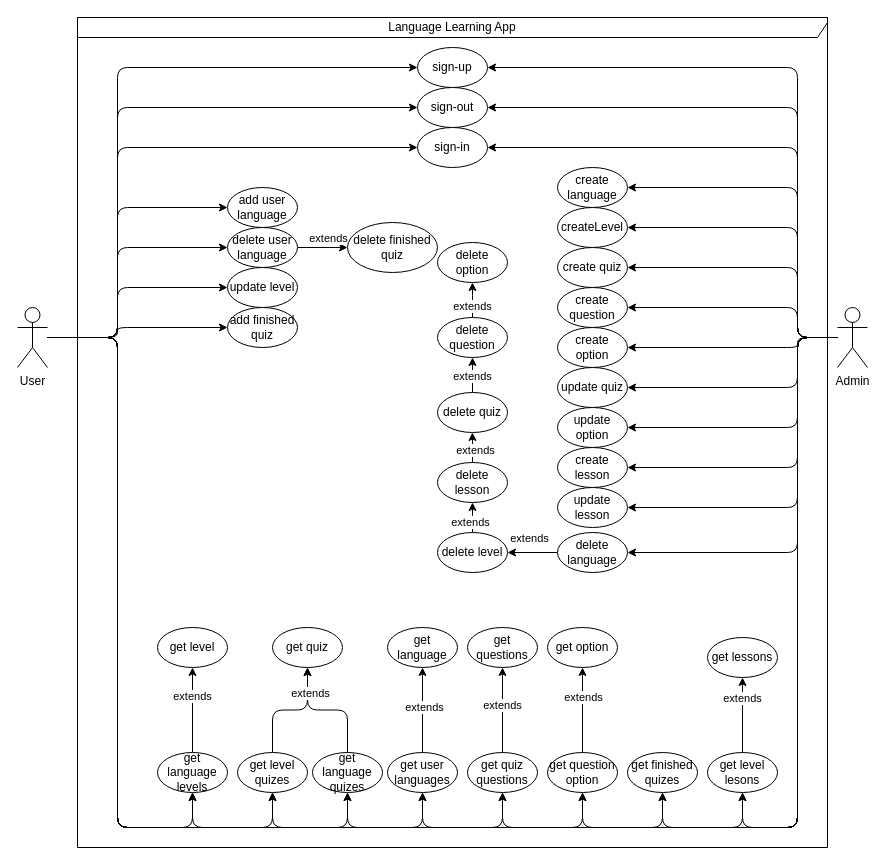
Before: page "Use case diagram" (2 of 3) of Docs/Linger.drawio in ThommysArt/Linger---ExpressJS-NextJS, a draw.io diagram. Source tidied: cells renumbered, new cells numbered last; positions are measured from the earlier drawing's top-left corner, leaving out a move shared by most shapes. Both pictures are drawn from the tidied source at 100%, with x=0, y=0 at pixel (17, 17).
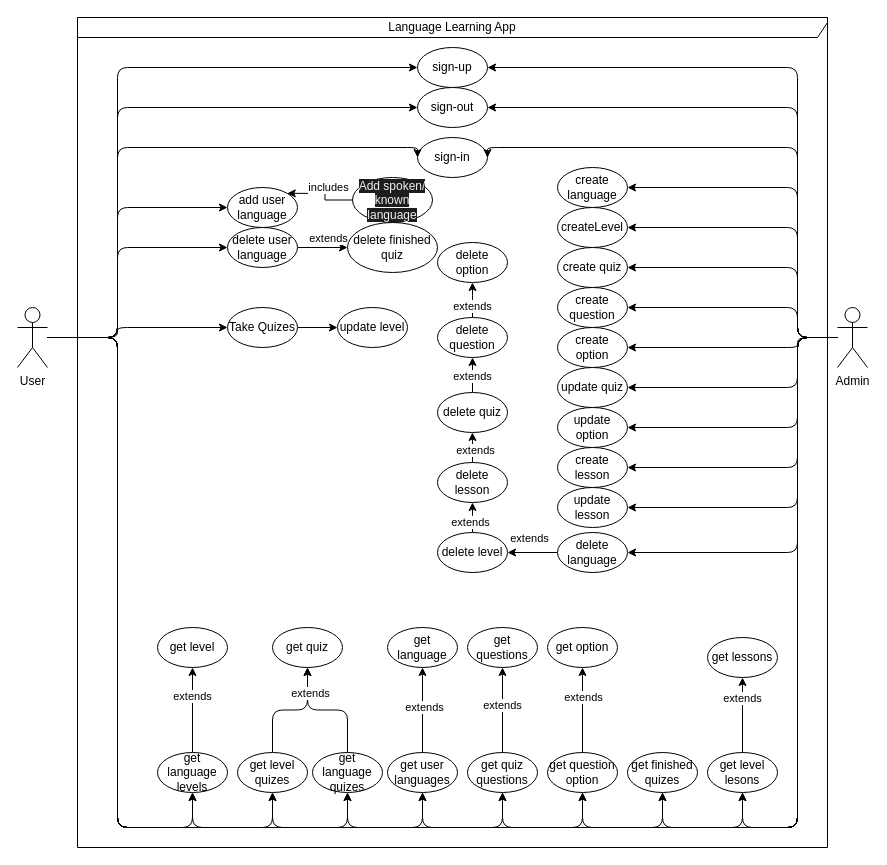
After the change.

The change refers to these unchanged cells:
```xml
<mxCell id="6" value="add user language" style="ellipse;whiteSpace=wrap;html=1;rounded=1;" parent="1" vertex="1">
  <mxGeometry x="210" y="170" width="70" height="40" as="geometry" />
</mxCell>
<mxCell id="58" value="User" style="shape=umlActor;verticalLabelPosition=bottom;verticalAlign=top;html=1;rounded=1;" parent="1" vertex="1">
  <mxGeometry y="290" width="30" height="60" as="geometry" />
</mxCell>
```

The edit, as a diff of the source:
```diff
@@
     <mxCell id="5" value="sign-in" style="ellipse;whiteSpace=wrap;html=1;rounded=1;" parent="1" vertex="1">
-      <mxGeometry x="400" y="110" width="70" height="40" as="geometry" />
+      <mxGeometry x="400" y="120" width="70" height="40" as="geometry" />
     </mxCell>
@@
+    <mxCell id="103" style="edgeStyle=orthogonalEdgeStyle;rounded=0;jettySize=auto;html=1;exitX=1;exitY=0.5;exitDx=0;exitDy=0;" parent="1" edge="1" source="11" target="16">
+      <mxGeometry relative="1" as="geometry" />
+    </mxCell>
-    <mxCell id="11" value="add finished quiz" style="ellipse;whiteSpace=wrap;html=1;rounded=1;" parent="1" vertex="1">
+    <mxCell id="11" value="Take Quizes" style="ellipse;whiteSpace=wrap;html=1;rounded=1;" parent="1" vertex="1">
       <mxGeometry x="210" y="290" width="70" height="40" as="geometry" />
     </mxCell>
@@
     <mxCell id="16" value="update level" style="ellipse;whiteSpace=wrap;html=1;rounded=1;" parent="1" vertex="1">
-      <mxGeometry x="210" y="250" width="70" height="40" as="geometry" />
+      <mxGeometry x="320" y="290" width="70" height="40" as="geometry" />
     </mxCell>
@@
-    <mxCell id="48" style="edgeStyle=orthogonalEdgeStyle;rounded=1;jettySize=auto;html=1;" parent="1" edge="1" source="58" target="16">
-      <mxGeometry relative="1" as="geometry">
-        <Array as="points">
-          <mxPoint x="100" y="320" />
-          <mxPoint x="100" y="270" />
-        </Array>
-      </mxGeometry>
-    </mxCell>
@@
+    <mxCell id="104" style="edgeStyle=orthogonalEdgeStyle;rounded=0;jettySize=auto;html=1;exitX=0;exitY=0.5;exitDx=0;exitDy=0;entryX=1;entryY=0;entryDx=0;entryDy=0;" parent="1" edge="1" source="106" target="6">
+      <mxGeometry relative="1" as="geometry" />
+    </mxCell>
+    <mxCell id="105" value="includes" style="edgeLabel;html=1;align=center;verticalAlign=middle;" parent="104" vertex="1">
+      <mxGeometry x="0.2" y="-2" relative="1" as="geometry">
+        <mxPoint x="12" y="-4" as="offset" />
+      </mxGeometry>
+    </mxCell>
+    <mxCell id="106" value="&lt;span style=&quot;color: rgb(240, 240, 240); font-family: Helvetica; font-size: 12px; font-style: normal; font-variant-ligatures: normal; font-variant-caps: normal; font-weight: 400; letter-spacing: normal; orphans: 2; text-align: center; text-indent: 0px; text-transform: none; widows: 2; word-spacing: 0px; -webkit-text-stroke-width: 0px; white-space: normal; background-color: rgb(27, 29, 30); text-decoration-thickness: initial; text-decoration-style: initial; text-decoration-color: initial; display: inline !important; float: none;&quot;&gt;Add spoken/ known language&lt;/span&gt;" style="ellipse;whiteSpace=wrap;html=1;" parent="1" vertex="1">
+      <mxGeometry x="335" y="160" width="80" height="45" as="geometry" />
+    </mxCell>
```
